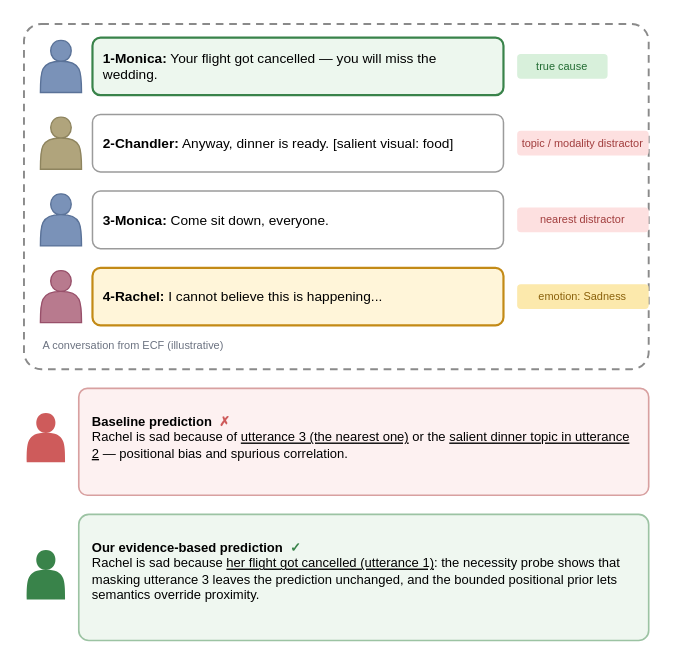
Above: Graph/paper/figures/fig1.drawio in MICKLE756/Fucking (draw.io), before the change. Source tidied: cells renumbered, new cells numbered last; positions are measured from the earlier drawing's top-left corner, leaving out a move shared by most shapes. Both pictures are drawn from the tidied source at 137%, with x=0, y=0 at pixel (23, 23).
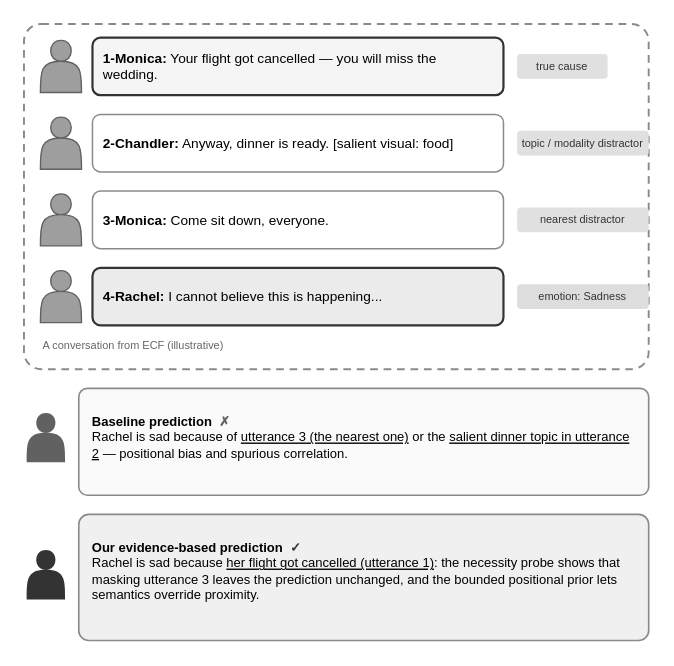
Above is the later version.

Commit message:
fig1 改为灰黑配色

Change to the diagram source:
```diff
@@
 <mxGraphModel>
   <root>
     <mxCell id="0" />
     <mxCell id="1" parent="0" />
     <mxCell id="2" style="rounded=1;fillColor=none;strokeColor=#8A8A8A;dashed=1;dashPattern=4 3;strokeWidth=1.4;arcSize=5;" parent="1" vertex="1">
       <mxGeometry width="456" height="252" as="geometry" />
     </mxCell>
-    <mxCell id="3" style="shape=actor;fillColor=#7A92B8;strokeColor=#5A7298;" parent="1" vertex="1">
+    <mxCell id="3" style="shape=actor;fillColor=#9E9E9E;strokeColor=#616161;" parent="1" vertex="1">
       <mxGeometry x="12" y="12" width="30" height="38" as="geometry" />
     </mxCell>
-    <mxCell id="4" value="&lt;b&gt;1-Monica:&lt;/b&gt; Your flight got cancelled&amp;nbsp;&amp;mdash; you will miss the wedding." style="rounded=1;whiteSpace=wrap;html=1;fillColor=#EDF7EE;strokeColor=#39834A;strokeWidth=1.6;align=left;verticalAlign=middle;spacing=8;fontFamily=Helvetica;fontSize=10;arcSize=14;" parent="1" vertex="1">
+    <mxCell id="4" value="&lt;b&gt;1-Monica:&lt;/b&gt; Your flight got cancelled&amp;nbsp;&amp;mdash; you will miss the wedding." style="rounded=1;whiteSpace=wrap;html=1;fillColor=#F5F5F5;strokeColor=#333333;strokeWidth=1.6;align=left;verticalAlign=middle;spacing=8;fontFamily=Helvetica;fontSize=10;arcSize=14;" parent="1" vertex="1">
       <mxGeometry x="50" y="10" width="300" height="42" as="geometry" />
     </mxCell>
-    <mxCell id="5" value="true cause" style="rounded=1;whiteSpace=wrap;html=1;fillColor=#D8F0DB;strokeColor=none;align=center;verticalAlign=middle;fontFamily=Helvetica;fontSize=8;fontColor=#216B32;" parent="1" vertex="1">
+    <mxCell id="5" value="true cause" style="rounded=1;whiteSpace=wrap;html=1;fillColor=#E0E0E0;strokeColor=none;align=center;verticalAlign=middle;fontFamily=Helvetica;fontSize=8;fontColor=#333333;" parent="1" vertex="1">
       <mxGeometry x="360" y="22" width="66" height="18" as="geometry" />
     </mxCell>
-    <mxCell id="6" style="shape=actor;fillColor=#B0A47C;strokeColor=#8E845E;" parent="1" vertex="1">
+    <mxCell id="6" style="shape=actor;fillColor=#9E9E9E;strokeColor=#616161;" parent="1" vertex="1">
       <mxGeometry x="12" y="68" width="30" height="38" as="geometry" />
     </mxCell>
-    <mxCell id="7" value="&lt;b&gt;2-Chandler:&lt;/b&gt; Anyway, dinner is ready. [salient visual: food]" style="rounded=1;whiteSpace=wrap;html=1;fillColor=#FFFFFF;strokeColor=#9B9B9B;strokeWidth=1.1;align=left;verticalAlign=middle;spacing=8;fontFamily=Helvetica;fontSize=10;arcSize=14;" parent="1" vertex="1">
+    <mxCell id="7" value="&lt;b&gt;2-Chandler:&lt;/b&gt; Anyway, dinner is ready. [salient visual: food]" style="rounded=1;whiteSpace=wrap;html=1;fillColor=#FFFFFF;strokeColor=#8A8A8A;strokeWidth=1.1;align=left;verticalAlign=middle;spacing=8;fontFamily=Helvetica;fontSize=10;arcSize=14;" parent="1" vertex="1">
       <mxGeometry x="50" y="66" width="300" height="42" as="geometry" />
     </mxCell>
-    <mxCell id="8" value="topic / modality distractor" style="rounded=1;whiteSpace=wrap;html=1;fillColor=#FDE0E0;strokeColor=none;align=center;verticalAlign=middle;fontFamily=Helvetica;fontSize=8;fontColor=#A13D3D;" parent="1" vertex="1">
+    <mxCell id="8" value="topic / modality distractor" style="rounded=1;whiteSpace=wrap;html=1;fillColor=#E0E0E0;strokeColor=none;align=center;verticalAlign=middle;fontFamily=Helvetica;fontSize=8;fontColor=#333333;" parent="1" vertex="1">
       <mxGeometry x="360" y="78" width="96" height="18" as="geometry" />
     </mxCell>
-    <mxCell id="9" style="shape=actor;fillColor=#7A92B8;strokeColor=#5A7298;" parent="1" vertex="1">
+    <mxCell id="9" style="shape=actor;fillColor=#9E9E9E;strokeColor=#616161;" parent="1" vertex="1">
       <mxGeometry x="12" y="124" width="30" height="38" as="geometry" />
     </mxCell>
-    <mxCell id="10" value="&lt;b&gt;3-Monica:&lt;/b&gt; Come sit down, everyone." style="rounded=1;whiteSpace=wrap;html=1;fillColor=#FFFFFF;strokeColor=#9B9B9B;strokeWidth=1.1;align=left;verticalAlign=middle;spacing=8;fontFamily=Helvetica;fontSize=10;arcSize=14;" parent="1" vertex="1">
+    <mxCell id="10" value="&lt;b&gt;3-Monica:&lt;/b&gt; Come sit down, everyone." style="rounded=1;whiteSpace=wrap;html=1;fillColor=#FFFFFF;strokeColor=#8A8A8A;strokeWidth=1.1;align=left;verticalAlign=middle;spacing=8;fontFamily=Helvetica;fontSize=10;arcSize=14;" parent="1" vertex="1">
       <mxGeometry x="50" y="122" width="300" height="42" as="geometry" />
     </mxCell>
-    <mxCell id="11" value="nearest distractor" style="rounded=1;whiteSpace=wrap;html=1;fillColor=#FDE0E0;strokeColor=none;align=center;verticalAlign=middle;fontFamily=Helvetica;fontSize=8;fontColor=#A13D3D;" parent="1" vertex="1">
+    <mxCell id="11" value="nearest distractor" style="rounded=1;whiteSpace=wrap;html=1;fillColor=#E0E0E0;strokeColor=none;align=center;verticalAlign=middle;fontFamily=Helvetica;fontSize=8;fontColor=#333333;" parent="1" vertex="1">
       <mxGeometry x="360" y="134" width="96" height="18" as="geometry" />
     </mxCell>
-    <mxCell id="12" style="shape=actor;fillColor=#B87A8E;strokeColor=#98506A;" parent="1" vertex="1">
+    <mxCell id="12" style="shape=actor;fillColor=#9E9E9E;strokeColor=#616161;" parent="1" vertex="1">
       <mxGeometry x="12" y="180" width="30" height="38" as="geometry" />
     </mxCell>
-    <mxCell id="13" value="&lt;b&gt;4-Rachel:&lt;/b&gt; I cannot believe this is happening..." style="rounded=1;whiteSpace=wrap;html=1;fillColor=#FFF5D9;strokeColor=#C38A16;strokeWidth=1.6;align=left;verticalAlign=middle;spacing=8;fontFamily=Helvetica;fontSize=10;arcSize=14;" parent="1" vertex="1">
+    <mxCell id="13" value="&lt;b&gt;4-Rachel:&lt;/b&gt; I cannot believe this is happening..." style="rounded=1;whiteSpace=wrap;html=1;fillColor=#EBEBEB;strokeColor=#333333;strokeWidth=1.6;align=left;verticalAlign=middle;spacing=8;fontFamily=Helvetica;fontSize=10;arcSize=14;" parent="1" vertex="1">
       <mxGeometry x="50" y="178" width="300" height="42" as="geometry" />
     </mxCell>
-    <mxCell id="14" value="emotion: Sadness" style="rounded=1;whiteSpace=wrap;html=1;fillColor=#FCE9AC;strokeColor=none;align=center;verticalAlign=middle;fontFamily=Helvetica;fontSize=8;fontColor=#8A610B;" parent="1" vertex="1">
+    <mxCell id="14" value="emotion: Sadness" style="rounded=1;whiteSpace=wrap;html=1;fillColor=#DDDDDD;strokeColor=none;align=center;verticalAlign=middle;fontFamily=Helvetica;fontSize=8;fontColor=#333333;" parent="1" vertex="1">
       <mxGeometry x="360" y="190" width="96" height="18" as="geometry" />
     </mxCell>
-    <mxCell id="15" value="A conversation from ECF (illustrative)" style="text;html=1;align=left;verticalAlign=middle;fontFamily=Helvetica;fontSize=8;fontColor=#6B7280;" parent="1" vertex="1">
+    <mxCell id="15" value="A conversation from ECF (illustrative)" style="text;html=1;align=left;verticalAlign=middle;fontFamily=Helvetica;fontSize=8;fontColor=#666666;" parent="1" vertex="1">
       <mxGeometry x="12" y="226" width="240" height="18" as="geometry" />
     </mxCell>
-    <mxCell id="16" value="&lt;b&gt;Baseline prediction&amp;nbsp;&amp;nbsp;&lt;font color=&quot;#CE5B5B&quot;&gt;&amp;#10007;&lt;/font&gt;&lt;/b&gt;&lt;br&gt;Rachel is sad because of &lt;u&gt;utterance 3 (the nearest one)&lt;/u&gt; or the &lt;u&gt;salient dinner topic in utterance 2&lt;/u&gt;&amp;nbsp;&amp;mdash; positional bias and spurious correlation." style="rounded=1;whiteSpace=wrap;html=1;fillColor=#FDF1F1;strokeColor=#D8A0A0;strokeWidth=1.2;align=left;verticalAlign=top;spacing=10;spacingTop=4;fontFamily=Helvetica;fontSize=9.5;arcSize=8;" parent="1" vertex="1">
+    <mxCell id="16" value="&lt;b&gt;Baseline prediction&amp;nbsp;&amp;nbsp;&lt;font color=&quot;#616161&quot;&gt;&amp;#10007;&lt;/font&gt;&lt;/b&gt;&lt;br&gt;Rachel is sad because of &lt;u&gt;utterance 3 (the nearest one)&lt;/u&gt; or the &lt;u&gt;salient dinner topic in utterance 2&lt;/u&gt;&amp;nbsp;&amp;mdash; positional bias and spurious correlation." style="rounded=1;whiteSpace=wrap;html=1;fillColor=#FAFAFA;strokeColor=#8A8A8A;strokeWidth=1.2;align=left;verticalAlign=top;spacing=10;spacingTop=4;fontFamily=Helvetica;fontSize=9.5;arcSize=8;" parent="1" vertex="1">
       <mxGeometry x="40" y="266" width="416" height="78" as="geometry" />
     </mxCell>
-    <mxCell id="17" style="shape=actor;fillColor=#CE5B5B;strokeColor=none;" parent="1" vertex="1">
+    <mxCell id="17" style="shape=actor;fillColor=#616161;strokeColor=none;" parent="1" vertex="1">
       <mxGeometry x="2" y="284" width="28" height="36" as="geometry" />
     </mxCell>
-    <mxCell id="18" value="&lt;b&gt;Our evidence-based prediction&amp;nbsp;&amp;nbsp;&lt;font color=&quot;#39834A&quot;&gt;&amp;#10003;&lt;/font&gt;&lt;/b&gt;&lt;br&gt;Rachel is sad because &lt;u&gt;her flight got cancelled (utterance 1)&lt;/u&gt;: the necessity probe shows that masking utterance 3 leaves the prediction unchanged, and the bounded positional prior lets semantics override proximity." style="rounded=1;whiteSpace=wrap;html=1;fillColor=#EFF7F0;strokeColor=#9CC3A3;strokeWidth=1.2;align=left;verticalAlign=top;spacing=10;spacingTop=4;fontFamily=Helvetica;fontSize=9.5;arcSize=8;" parent="1" vertex="1">
+    <mxCell id="18" value="&lt;b&gt;Our evidence-based prediction&amp;nbsp;&amp;nbsp;&lt;font color=&quot;#333333&quot;&gt;&amp;#10003;&lt;/font&gt;&lt;/b&gt;&lt;br&gt;Rachel is sad because &lt;u&gt;her flight got cancelled (utterance 1)&lt;/u&gt;: the necessity probe shows that masking utterance 3 leaves the prediction unchanged, and the bounded positional prior lets semantics override proximity." style="rounded=1;whiteSpace=wrap;html=1;fillColor=#F0F0F0;strokeColor=#8A8A8A;strokeWidth=1.2;align=left;verticalAlign=top;spacing=10;spacingTop=4;fontFamily=Helvetica;fontSize=9.5;arcSize=8;" parent="1" vertex="1">
       <mxGeometry x="40" y="358" width="416" height="92" as="geometry" />
     </mxCell>
-    <mxCell id="19" style="shape=actor;fillColor=#39834A;strokeColor=none;" parent="1" vertex="1">
+    <mxCell id="19" style="shape=actor;fillColor=#333333;strokeColor=none;" parent="1" vertex="1">
       <mxGeometry x="2" y="384" width="28" height="36" as="geometry" />
     </mxCell>
   </root>
 </mxGraphModel>
```
